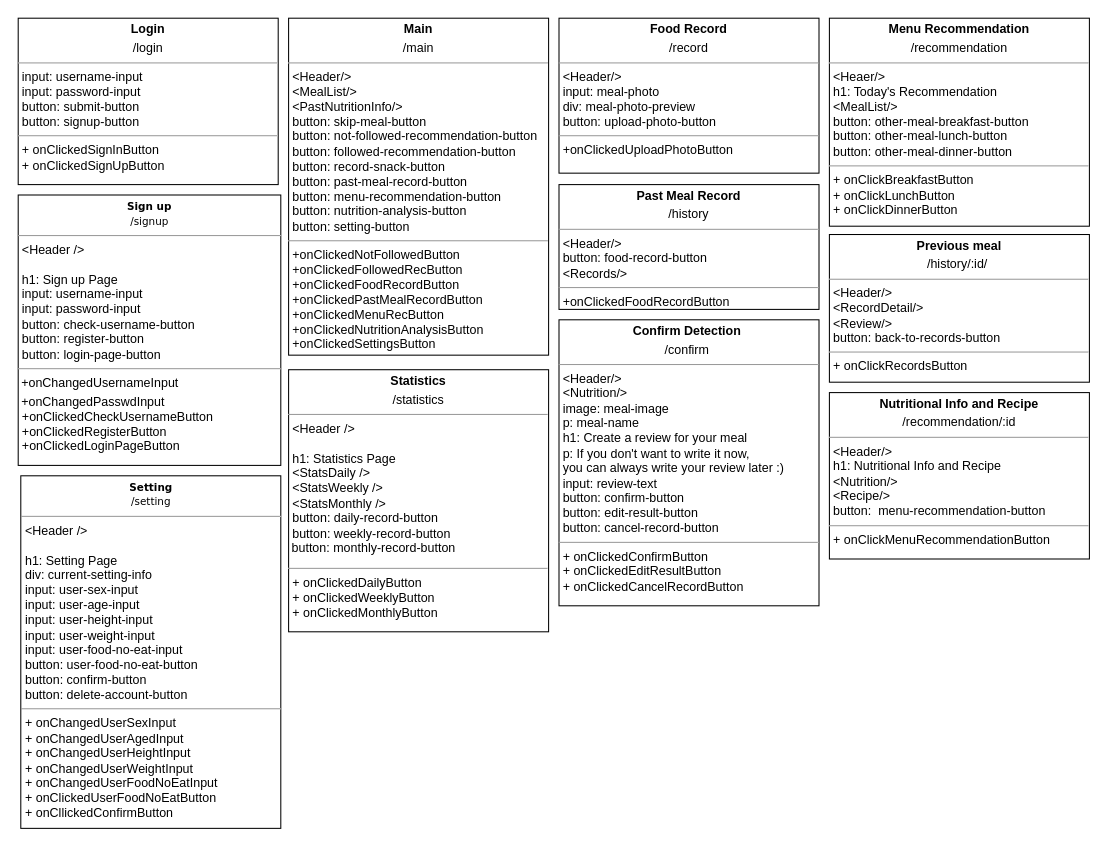
swsnu/swpp2021-team5 keeps this draw.io diagram as diagrams/Page Diagram.drawio. Above is the earlier version. Source tidied: cells renumbered, new cells numbered last; positions are measured from the earlier drawing's top-left corner, leaving out a move shared by most shapes. Both pictures are drawn from the tidied source at 104%, with x=0, y=0 at pixel (18, 18).
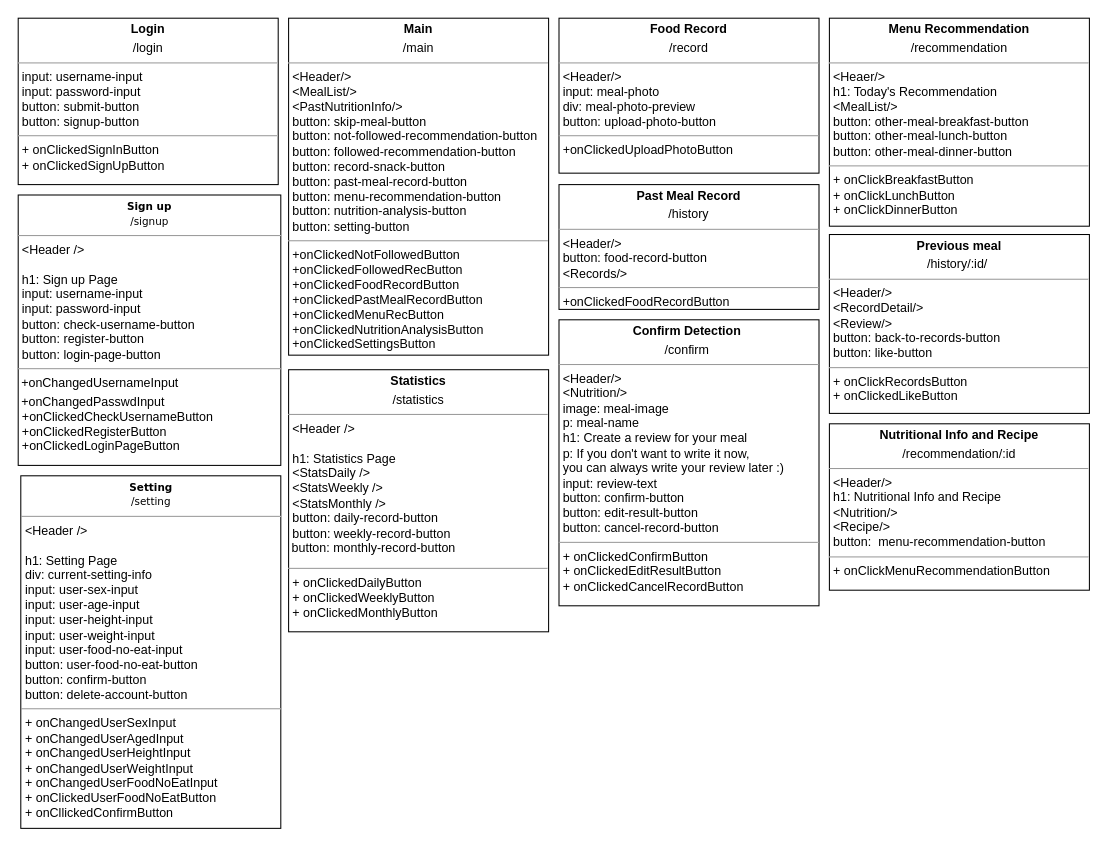
The same page after the edit.

Change to the diagram source:
```diff
@@
 <mxGraphModel>
   <root>
     <mxCell id="0" />
     <mxCell id="1" parent="0" />
     <mxCell id="2" value="&lt;p style=&quot;margin: 4px 0px 0px ; text-align: center&quot;&gt;&lt;b&gt;Statistics&lt;/b&gt;&lt;/p&gt;&lt;p style=&quot;margin: 4px 0px 0px ; text-align: center&quot;&gt;/statistics&lt;/p&gt;&lt;hr size=&quot;1&quot;&gt;&lt;p style=&quot;text-align: justify ; margin: 0px 0px 0px 4px&quot;&gt;&amp;lt;Header /&amp;gt;&lt;br&gt;&lt;/p&gt;&lt;p style=&quot;text-align: justify ; margin: 0px 0px 0px 4px&quot;&gt;&lt;br&gt;&lt;/p&gt;&lt;p style=&quot;text-align: justify ; margin: 0px 0px 0px 4px&quot;&gt;h1: Statistics Page&lt;/p&gt;&lt;p style=&quot;text-align: justify ; margin: 0px 0px 0px 4px&quot;&gt;&amp;lt;StatsDaily /&amp;gt;&lt;/p&gt;&lt;p style=&quot;text-align: justify ; margin: 0px 0px 0px 4px&quot;&gt;&amp;lt;StatsWeekly /&amp;gt;&lt;/p&gt;&lt;p style=&quot;text-align: justify ; margin: 0px 0px 0px 4px&quot;&gt;&amp;lt;StatsMonthly /&amp;gt;&lt;/p&gt;&lt;p style=&quot;text-align: justify ; margin: 0px 0px 0px 4px&quot;&gt;button: daily-record-button&lt;/p&gt;&lt;p style=&quot;text-align: justify ; margin: 0px 0px 0px 4px&quot;&gt;&lt;span style=&quot;text-align: left&quot;&gt;button:&amp;nbsp;&lt;/span&gt;&lt;span style=&quot;text-align: left&quot;&gt;weekly-record-button&amp;nbsp;&lt;/span&gt;&lt;/p&gt;&lt;span style=&quot;text-align: left&quot;&gt;&lt;div style=&quot;text-align: justify&quot;&gt;&lt;span&gt;&amp;nbsp;button:&amp;nbsp;&lt;/span&gt;&lt;span&gt;monthly-record-button&lt;/span&gt;&lt;/div&gt;&lt;/span&gt;&lt;p&gt;&lt;/p&gt;&lt;hr size=&quot;1&quot; style=&quot;text-align: justify&quot;&gt;&lt;p style=&quot;text-align: justify ; margin: 0px 0px 0px 4px&quot;&gt;+ onClickedDailyButton&lt;/p&gt;&lt;p style=&quot;text-align: justify ; margin: 0px 0px 0px 4px&quot;&gt;+ onClickedWeeklyButton&lt;/p&gt;&lt;p style=&quot;text-align: justify ; margin: 0px 0px 0px 4px&quot;&gt;+ onClickedMonthlyButton&lt;/p&gt;" style="verticalAlign=top;align=left;overflow=fill;fontSize=12;fontFamily=Helvetica;html=1;rounded=0;shadow=0;comic=0;labelBackgroundColor=none;strokeWidth=1;" parent="1" vertex="1">
       <mxGeometry x="260" y="338" width="250" height="252" as="geometry" />
     </mxCell>
     <mxCell id="3" value="&lt;p style=&quot;margin: 0px ; margin-top: 4px ; text-align: center&quot;&gt;&lt;b&gt;Main&lt;/b&gt;&lt;/p&gt;&lt;p style=&quot;margin: 0px ; margin-top: 4px ; text-align: center&quot;&gt;/main&lt;/p&gt;&lt;hr size=&quot;1&quot;&gt;&lt;p style=&quot;margin: 0px ; margin-left: 4px&quot;&gt;&lt;span&gt;&amp;lt;Header/&amp;gt;&lt;/span&gt;&lt;/p&gt;&lt;p style=&quot;margin: 0px ; margin-left: 4px&quot;&gt;&lt;span&gt;&amp;lt;MealList/&amp;gt;&lt;/span&gt;&lt;br&gt;&lt;/p&gt;&lt;p style=&quot;margin: 0px ; margin-left: 4px&quot;&gt;&amp;lt;PastNutritionInfo/&amp;gt;&lt;/p&gt;&lt;p style=&quot;margin: 0px ; margin-left: 4px&quot;&gt;button: skip-meal-button&lt;/p&gt;&lt;p style=&quot;margin: 0px ; margin-left: 4px&quot;&gt;button: not-followed-recommendation-button&lt;/p&gt;&lt;p style=&quot;margin: 0px 0px 0px 4px&quot;&gt;button: followed-recommendation-button&lt;/p&gt;&lt;p style=&quot;margin: 0px ; margin-left: 4px&quot;&gt;&lt;span&gt;button: record-snack-button&lt;/span&gt;&lt;br&gt;&lt;/p&gt;&lt;p style=&quot;margin: 0px 0px 0px 4px&quot;&gt;button: past-meal-record-button&lt;/p&gt;&lt;p style=&quot;margin: 0px 0px 0px 4px&quot;&gt;button: menu-recommendation-button&lt;/p&gt;&lt;p style=&quot;margin: 0px 0px 0px 4px&quot;&gt;button: nutrition-analysis-button&lt;/p&gt;&lt;p style=&quot;margin: 0px 0px 0px 4px&quot;&gt;&lt;span&gt;button: setting-button&lt;/span&gt;&lt;br&gt;&lt;/p&gt;&lt;hr size=&quot;1&quot;&gt;&lt;p style=&quot;margin: 0px ; margin-left: 4px&quot;&gt;+onClickedNotFollowedButton&lt;/p&gt;&lt;p style=&quot;margin: 0px ; margin-left: 4px&quot;&gt;+onClickedFollowedRecButton&lt;br&gt;&lt;/p&gt;&lt;p style=&quot;margin: 0px ; margin-left: 4px&quot;&gt;+onClickedFoodRecordButton&lt;/p&gt;&lt;p style=&quot;margin: 0px 0px 0px 4px&quot;&gt;+onClickedPastMealRecordButton&lt;/p&gt;&lt;p style=&quot;margin: 0px ; margin-left: 4px&quot;&gt;+onClickedMenuRecButton&lt;/p&gt;&lt;p style=&quot;margin: 0px ; margin-left: 4px&quot;&gt;+onClickedNutritionAnalysisButton&lt;/p&gt;&lt;p style=&quot;margin: 0px ; margin-left: 4px&quot;&gt;&lt;span&gt;+onClickedSettingsButton&lt;/span&gt;&lt;br&gt;&lt;/p&gt;" style="verticalAlign=top;align=left;overflow=fill;fontSize=12;fontFamily=Helvetica;html=1;rounded=0;shadow=0;comic=0;labelBackgroundColor=none;strokeWidth=1;" parent="1" vertex="1">
       <mxGeometry x="260" width="250" height="324" as="geometry" />
     </mxCell>
     <mxCell id="4" value="&lt;p style=&quot;margin: 0px ; margin-top: 4px ; text-align: center&quot;&gt;&lt;b&gt;Login&lt;/b&gt;&lt;/p&gt;&lt;p style=&quot;margin: 0px ; margin-top: 4px ; text-align: center&quot;&gt;/login&lt;/p&gt;&lt;hr size=&quot;1&quot;&gt;&lt;p style=&quot;margin: 0px ; margin-left: 4px&quot;&gt;input: username-input&lt;/p&gt;&lt;p style=&quot;margin: 0px ; margin-left: 4px&quot;&gt;input: password-input&lt;/p&gt;&lt;p style=&quot;margin: 0px ; margin-left: 4px&quot;&gt;button: submit-button&lt;/p&gt;&lt;p style=&quot;margin: 0px ; margin-left: 4px&quot;&gt;button: signup-button&lt;/p&gt;&lt;hr size=&quot;1&quot;&gt;&lt;p style=&quot;margin: 0px ; margin-left: 4px&quot;&gt;+ onClickedSignInButton&lt;/p&gt;&lt;p style=&quot;margin: 0px ; margin-left: 4px&quot;&gt;+ onClickedSignUpButton&lt;/p&gt;" style="verticalAlign=top;align=left;overflow=fill;fontSize=12;fontFamily=Helvetica;html=1;rounded=0;shadow=0;comic=0;labelBackgroundColor=none;strokeWidth=1;" parent="1" vertex="1">
       <mxGeometry width="250" height="160" as="geometry" />
     </mxCell>
     <mxCell id="5" value="&lt;p style=&quot;margin: 0px ; margin-top: 4px ; text-align: center&quot;&gt;&lt;b&gt;Food Record&lt;/b&gt;&lt;/p&gt;&lt;p style=&quot;margin: 0px ; margin-top: 4px ; text-align: center&quot;&gt;/record&lt;/p&gt;&lt;hr size=&quot;1&quot;&gt;&lt;p style=&quot;margin: 0px ; margin-left: 4px&quot;&gt;&lt;span&gt;&amp;lt;Header/&amp;gt;&lt;/span&gt;&lt;/p&gt;&lt;p style=&quot;margin: 0px ; margin-left: 4px&quot;&gt;&lt;span&gt;input: meal-photo&lt;/span&gt;&lt;/p&gt;&lt;p style=&quot;margin: 0px ; margin-left: 4px&quot;&gt;&lt;span&gt;div: meal-photo-preview&lt;/span&gt;&lt;/p&gt;&lt;p style=&quot;margin: 0px ; margin-left: 4px&quot;&gt;&lt;span&gt;button: upload-photo-button&lt;/span&gt;&lt;/p&gt;&lt;hr size=&quot;1&quot;&gt;&lt;p style=&quot;margin: 0px ; margin-left: 4px&quot;&gt;&lt;span&gt;+onClickedUploadPhotoButton&lt;/span&gt;&lt;br&gt;&lt;/p&gt;&lt;p style=&quot;margin: 0px ; margin-left: 4px&quot;&gt;&lt;br&gt;&lt;/p&gt;" style="verticalAlign=top;align=left;overflow=fill;fontSize=12;fontFamily=Helvetica;html=1;rounded=0;shadow=0;comic=0;labelBackgroundColor=none;strokeWidth=1;" parent="1" vertex="1">
       <mxGeometry x="520" width="250" height="149" as="geometry" />
     </mxCell>
     <mxCell id="6" value="&lt;p style=&quot;margin: 0px ; margin-top: 4px ; text-align: center&quot;&gt;&lt;b&gt;Past Meal Record&lt;/b&gt;&lt;/p&gt;&lt;p style=&quot;margin: 0px ; margin-top: 4px ; text-align: center&quot;&gt;/history&lt;/p&gt;&lt;hr size=&quot;1&quot;&gt;&lt;p style=&quot;margin: 0px 0px 0px 4px&quot;&gt;&amp;lt;Header/&amp;gt;&lt;/p&gt;&lt;p style=&quot;margin: 0px 0px 0px 4px&quot;&gt;button: food-record-button&lt;/p&gt;&lt;p style=&quot;margin: 0px 0px 0px 4px&quot;&gt;&amp;lt;Records/&amp;gt;&lt;/p&gt;&lt;hr size=&quot;1&quot;&gt;&lt;p style=&quot;margin: 0px ; margin-left: 4px&quot;&gt;+onClickedFoodRecordButton&lt;/p&gt;" style="verticalAlign=top;align=left;overflow=fill;fontSize=12;fontFamily=Helvetica;html=1;rounded=0;shadow=0;comic=0;labelBackgroundColor=none;strokeWidth=1;" parent="1" vertex="1">
       <mxGeometry x="520" y="160" width="250" height="120" as="geometry" />
     </mxCell>
     <mxCell id="7" value="&lt;p style=&quot;margin: 4px 0px 0px ; text-align: center&quot;&gt;&lt;b style=&quot;font-family: &amp;#34;verdana&amp;#34; ; font-size: 10px&quot;&gt;Sign up&lt;/b&gt;&lt;br style=&quot;font-family: &amp;#34;verdana&amp;#34; ; font-size: 10px&quot;&gt;&lt;span style=&quot;font-family: &amp;#34;verdana&amp;#34; ; font-size: 10px&quot;&gt;/signup&lt;/span&gt;&lt;br&gt;&lt;/p&gt;&lt;hr size=&quot;1&quot;&gt;&lt;p style=&quot;text-align: justify ; margin: 0px 0px 0px 4px&quot;&gt;&amp;lt;Header /&amp;gt;&lt;/p&gt;&lt;p style=&quot;text-align: justify ; margin: 0px 0px 0px 4px&quot;&gt;&lt;br&gt;&lt;/p&gt;&lt;p style=&quot;text-align: justify ; margin: 0px 0px 0px 4px&quot;&gt;h1: Sign up Page&lt;/p&gt;&lt;p style=&quot;text-align: justify ; margin: 0px 0px 0px 4px&quot;&gt;input: username-input&lt;/p&gt;&lt;p style=&quot;text-align: justify ; margin: 0px 0px 0px 4px&quot;&gt;input: password-input&lt;/p&gt;&lt;p style=&quot;text-align: justify ; margin: 0px 0px 0px 4px&quot;&gt;button: check-username-button&lt;/p&gt;&lt;p style=&quot;text-align: justify ; margin: 0px 0px 0px 4px&quot;&gt;button: register-button&lt;/p&gt;&lt;p style=&quot;text-align: justify ; margin: 0px 0px 0px 4px&quot;&gt;button: login-page-button&lt;/p&gt;&lt;hr size=&quot;1&quot; style=&quot;text-align: justify&quot;&gt;&lt;p style=&quot;text-align: justify ; margin: 4px 0px 0px&quot;&gt;&lt;span&gt;&amp;nbsp;+onChangedUsernameInput&lt;/span&gt;&lt;br&gt;&lt;/p&gt;&lt;p style=&quot;text-align: justify ; margin: 4px 0px 0px&quot;&gt;&lt;span&gt;&amp;nbsp;+onChangedPasswdInput&lt;/span&gt;&lt;/p&gt;&lt;p style=&quot;text-align: justify ; margin: 0px 0px 0px 4px&quot;&gt;+onClickedCheckUsernameButton&lt;/p&gt;&lt;p style=&quot;text-align: justify ; margin: 0px 0px 0px 4px&quot;&gt;+onClickedRegisterButton&lt;/p&gt;&lt;p style=&quot;text-align: justify ; margin: 0px 0px 0px 4px&quot;&gt;+onClickedLoginPageButton&lt;/p&gt;" style="verticalAlign=top;align=left;overflow=fill;fontSize=12;fontFamily=Helvetica;html=1;" parent="1" vertex="1">
       <mxGeometry y="170" width="252.5" height="260" as="geometry" />
     </mxCell>
     <mxCell id="8" value="&lt;p style=&quot;margin: 4px 0px 0px ; text-align: center&quot;&gt;&lt;b style=&quot;font-family: &amp;#34;verdana&amp;#34; ; font-size: 10px&quot;&gt;Setting&lt;/b&gt;&lt;br style=&quot;font-family: &amp;#34;verdana&amp;#34; ; font-size: 10px&quot;&gt;&lt;span style=&quot;font-family: &amp;#34;verdana&amp;#34; ; font-size: 10px&quot;&gt;/setting&lt;/span&gt;&lt;br&gt;&lt;/p&gt;&lt;hr size=&quot;1&quot;&gt;&lt;p style=&quot;margin: 0px 0px 0px 4px&quot;&gt;&amp;lt;Header /&amp;gt;&lt;br&gt;&lt;/p&gt;&lt;p style=&quot;margin: 0px 0px 0px 4px&quot;&gt;&lt;br&gt;&lt;/p&gt;&lt;p style=&quot;margin: 0px 0px 0px 4px&quot;&gt;h1: Setting Page&lt;/p&gt;&lt;p style=&quot;margin: 0px 0px 0px 4px&quot;&gt;div: current-setting-info&lt;/p&gt;&lt;p style=&quot;margin: 0px 0px 0px 4px&quot;&gt;input: user-sex-input&lt;/p&gt;&lt;p style=&quot;margin: 0px 0px 0px 4px&quot;&gt;input: user-age-input&lt;/p&gt;&lt;p style=&quot;margin: 0px 0px 0px 4px&quot;&gt;input: user-height-input&lt;/p&gt;&lt;p style=&quot;margin: 0px 0px 0px 4px&quot;&gt;input: user-weight-input&lt;/p&gt;&lt;p style=&quot;margin: 0px 0px 0px 4px&quot;&gt;input: user-food-no-eat-input&lt;br&gt;&lt;/p&gt;&lt;p style=&quot;margin: 0px 0px 0px 4px&quot;&gt;button: user-food-no-eat-button&lt;/p&gt;&lt;p style=&quot;margin: 0px 0px 0px 4px&quot;&gt;button: confirm-button&lt;br&gt;&lt;/p&gt;&lt;p style=&quot;margin: 0px 0px 0px 4px&quot;&gt;button: delete-account-button&lt;/p&gt;&lt;hr size=&quot;1&quot;&gt;&lt;p style=&quot;margin: 0px 0px 0px 4px&quot;&gt;+ onChangedUserSexInput&lt;/p&gt;&lt;p style=&quot;margin: 0px 0px 0px 4px&quot;&gt;+ onChangedUserAgedInput&lt;/p&gt;&lt;p style=&quot;margin: 0px 0px 0px 4px&quot;&gt;+ onChangedUserHeightInput&lt;/p&gt;&lt;p style=&quot;margin: 0px 0px 0px 4px&quot;&gt;+ onChangedUserWeightInput&lt;/p&gt;&lt;p style=&quot;margin: 0px 0px 0px 4px&quot;&gt;+ onChangedUserFoodNoEatInput&lt;/p&gt;&lt;p style=&quot;margin: 0px 0px 0px 4px&quot;&gt;+ onClickedUserFoodNoEatButton&lt;/p&gt;&lt;p style=&quot;margin: 0px 0px 0px 4px&quot;&gt;+ onCllickedConfirmButton&lt;/p&gt;" style="verticalAlign=top;align=left;overflow=fill;fontSize=12;fontFamily=Helvetica;html=1;" parent="1" vertex="1">
       <mxGeometry x="2.5" y="440" width="250" height="339" as="geometry" />
     </mxCell>
     <mxCell id="9" value="&lt;p style=&quot;margin: 0px ; margin-top: 4px ; text-align: center&quot;&gt;&lt;b&gt;Menu Recommendation&lt;/b&gt;&lt;/p&gt;&lt;p style=&quot;margin: 0px ; margin-top: 4px ; text-align: center&quot;&gt;/recommendation&lt;/p&gt;&lt;hr size=&quot;1&quot;&gt;&lt;p style=&quot;margin: 0px 0px 0px 4px&quot;&gt;&amp;lt;Heaer/&amp;gt;&lt;/p&gt;&lt;p style=&quot;margin: 0px 0px 0px 4px&quot;&gt;h1: Today's Recommendation&lt;/p&gt;&lt;p style=&quot;margin: 0px 0px 0px 4px&quot;&gt;&amp;lt;MealList/&amp;gt;&lt;/p&gt;&lt;p style=&quot;margin: 0px 0px 0px 4px&quot;&gt;button:&amp;nbsp;other-meal-breakfast-button&lt;/p&gt;&lt;p style=&quot;margin: 0px 0px 0px 4px&quot;&gt;button: other-meal-lunch-button&lt;/p&gt;&lt;p style=&quot;margin: 0px 0px 0px 4px&quot;&gt;button: other-meal-dinner-button&lt;br&gt;&lt;/p&gt;&lt;hr size=&quot;1&quot;&gt;&lt;p style=&quot;margin: 0px 0px 0px 4px&quot;&gt;+ onClickBreakfastButton&lt;br&gt;+ onClickLunchButton&lt;/p&gt;&lt;p style=&quot;margin: 0px 0px 0px 4px&quot;&gt;+ onClickDinnerButton&lt;/p&gt;" style="verticalAlign=top;align=left;overflow=fill;fontSize=12;fontFamily=Helvetica;html=1;rounded=0;shadow=0;comic=0;labelBackgroundColor=none;strokeWidth=1;" parent="1" vertex="1">
       <mxGeometry x="780" width="250" height="200" as="geometry" />
     </mxCell>
     <mxCell id="10" value="&lt;p style=&quot;margin: 0px ; margin-top: 4px ; text-align: center&quot;&gt;&lt;b&gt;Nutritional Info and Recipe&lt;/b&gt;&lt;/p&gt;&lt;p style=&quot;margin: 0px ; margin-top: 4px ; text-align: center&quot;&gt;/recommendation/:id&lt;/p&gt;&lt;hr size=&quot;1&quot;&gt;&lt;p style=&quot;margin: 0px 0px 0px 4px&quot;&gt;&amp;lt;Header/&amp;gt;&lt;/p&gt;&lt;p style=&quot;margin: 0px 0px 0px 4px&quot;&gt;h1: Nutritional Info and Recipe&lt;/p&gt;&lt;p style=&quot;margin: 0px 0px 0px 4px&quot;&gt;&amp;lt;Nutrition/&amp;gt;&lt;/p&gt;&lt;p style=&quot;margin: 0px 0px 0px 4px&quot;&gt;&amp;lt;Recipe/&amp;gt;&lt;/p&gt;&lt;p style=&quot;margin: 0px 0px 0px 4px&quot;&gt;button:&amp;nbsp;&amp;nbsp;&lt;span style=&quot;text-align: center&quot;&gt;menu-recommendation-button&lt;/span&gt;&lt;/p&gt;&lt;hr size=&quot;1&quot;&gt;&lt;p style=&quot;margin: 0px 0px 0px 4px&quot;&gt;+ onClickMenuRecommendationButton&lt;/p&gt;" style="verticalAlign=top;align=left;overflow=fill;fontSize=12;fontFamily=Helvetica;html=1;rounded=0;shadow=0;comic=0;labelBackgroundColor=none;strokeWidth=1;" parent="1" vertex="1">
-      <mxGeometry x="780" y="360" width="250" height="160" as="geometry" />
+      <mxGeometry x="780" y="390" width="250" height="160" as="geometry" />
     </mxCell>
-    <mxCell id="11" value="&lt;p style=&quot;margin: 0px ; margin-top: 4px ; text-align: center&quot;&gt;&lt;b&gt;Previous meal&lt;/b&gt;&lt;/p&gt;&lt;p style=&quot;margin: 0px ; margin-top: 4px ; text-align: center&quot;&gt;/history/:id/&lt;b&gt;&amp;nbsp;&lt;/b&gt;&lt;/p&gt;&lt;hr size=&quot;1&quot;&gt;&lt;p style=&quot;margin: 0px ; margin-left: 4px&quot;&gt;&amp;lt;Header/&amp;gt;&lt;/p&gt;&lt;p style=&quot;margin: 0px ; margin-left: 4px&quot;&gt;&amp;lt;RecordDetail/&amp;gt;&lt;/p&gt;&lt;p style=&quot;margin: 0px ; margin-left: 4px&quot;&gt;&amp;lt;Review/&amp;gt;&lt;/p&gt;&lt;p style=&quot;margin: 0px ; margin-left: 4px&quot;&gt;button: back-to-records-button&lt;/p&gt;&lt;hr size=&quot;1&quot;&gt;&lt;p style=&quot;margin: 0px ; margin-left: 4px&quot;&gt;+ onClickRecordsButton&lt;/p&gt;" style="verticalAlign=top;align=left;overflow=fill;fontSize=12;fontFamily=Helvetica;html=1;" parent="1" vertex="1">
-      <mxGeometry x="780" y="208" width="250" height="142" as="geometry" />
+    <mxCell id="11" value="&lt;p style=&quot;margin: 0px ; margin-top: 4px ; text-align: center&quot;&gt;&lt;b&gt;Previous meal&lt;/b&gt;&lt;/p&gt;&lt;p style=&quot;margin: 0px ; margin-top: 4px ; text-align: center&quot;&gt;/history/:id/&lt;b&gt;&amp;nbsp;&lt;/b&gt;&lt;/p&gt;&lt;hr size=&quot;1&quot;&gt;&lt;p style=&quot;margin: 0px ; margin-left: 4px&quot;&gt;&amp;lt;Header/&amp;gt;&lt;/p&gt;&lt;p style=&quot;margin: 0px ; margin-left: 4px&quot;&gt;&amp;lt;RecordDetail/&amp;gt;&lt;/p&gt;&lt;p style=&quot;margin: 0px ; margin-left: 4px&quot;&gt;&amp;lt;Review/&amp;gt;&lt;/p&gt;&lt;p style=&quot;margin: 0px ; margin-left: 4px&quot;&gt;button: back-to-records-button&lt;/p&gt;&lt;p style=&quot;margin: 0px ; margin-left: 4px&quot;&gt;button: like-button&lt;/p&gt;&lt;hr size=&quot;1&quot;&gt;&lt;p style=&quot;margin: 0px ; margin-left: 4px&quot;&gt;+ onClickRecordsButton&lt;/p&gt;&lt;p style=&quot;margin: 0px ; margin-left: 4px&quot;&gt;+ onClickedLikeButton&lt;/p&gt;" style="verticalAlign=top;align=left;overflow=fill;fontSize=12;fontFamily=Helvetica;html=1;" parent="1" vertex="1">
+      <mxGeometry x="780" y="208" width="250" height="172" as="geometry" />
     </mxCell>
     <mxCell id="12" value="&lt;p style=&quot;margin: 0px ; margin-top: 4px ; text-align: center&quot;&gt;&lt;b&gt;Confirm Detection&amp;nbsp;&lt;/b&gt;&lt;/p&gt;&lt;p style=&quot;margin: 0px ; margin-top: 4px ; text-align: center&quot;&gt;/confirm&lt;b&gt;&amp;nbsp;&lt;/b&gt;&lt;/p&gt;&lt;hr size=&quot;1&quot;&gt;&lt;p style=&quot;margin: 0px ; margin-left: 4px&quot;&gt;&amp;lt;Header/&amp;gt;&lt;/p&gt;&lt;p style=&quot;margin: 0px ; margin-left: 4px&quot;&gt;&amp;lt;Nutrition/&amp;gt;&lt;/p&gt;&lt;p style=&quot;margin: 0px ; margin-left: 4px&quot;&gt;image: meal-image&lt;/p&gt;&lt;p style=&quot;margin: 0px ; margin-left: 4px&quot;&gt;p: meal-name&lt;/p&gt;&lt;p style=&quot;margin: 0px 0px 0px 4px&quot;&gt;h1: Create a review for your meal&lt;/p&gt;&lt;p style=&quot;margin: 0px 0px 0px 4px&quot;&gt;p: If you don't want to write it now,&amp;nbsp;&lt;/p&gt;&lt;p style=&quot;margin: 0px 0px 0px 4px&quot;&gt;you can always write your review later :)&lt;/p&gt;&lt;p style=&quot;margin: 0px 0px 0px 4px&quot;&gt;input: review-text&lt;/p&gt;&lt;p style=&quot;margin: 0px ; margin-left: 4px&quot;&gt;&lt;span&gt;button: confirm-button&lt;/span&gt;&lt;br&gt;&lt;/p&gt;&lt;p style=&quot;margin: 0px ; margin-left: 4px&quot;&gt;button: edit-result-button&lt;/p&gt;&lt;p style=&quot;margin: 0px ; margin-left: 4px&quot;&gt;button: cancel-record-button&lt;/p&gt;&lt;hr size=&quot;1&quot;&gt;&lt;p style=&quot;margin: 0px ; margin-left: 4px&quot;&gt;+ onClickedConfirmButton&lt;/p&gt;&lt;p style=&quot;margin: 0px ; margin-left: 4px&quot;&gt;+ onClickedEditResultButton&lt;/p&gt;&lt;p style=&quot;margin: 0px 0px 0px 4px&quot;&gt;+ onClickedCancelRecordButton&lt;/p&gt;&lt;p style=&quot;margin: 0px ; margin-left: 4px&quot;&gt;&lt;br&gt;&lt;/p&gt;&lt;p style=&quot;margin: 0px ; margin-left: 4px&quot;&gt;&lt;br&gt;&lt;/p&gt;" style="verticalAlign=top;align=left;overflow=fill;fontSize=12;fontFamily=Helvetica;html=1;" parent="1" vertex="1">
       <mxGeometry x="520" y="290" width="250" height="275" as="geometry" />
     </mxCell>
   </root>
 </mxGraphModel>
```
